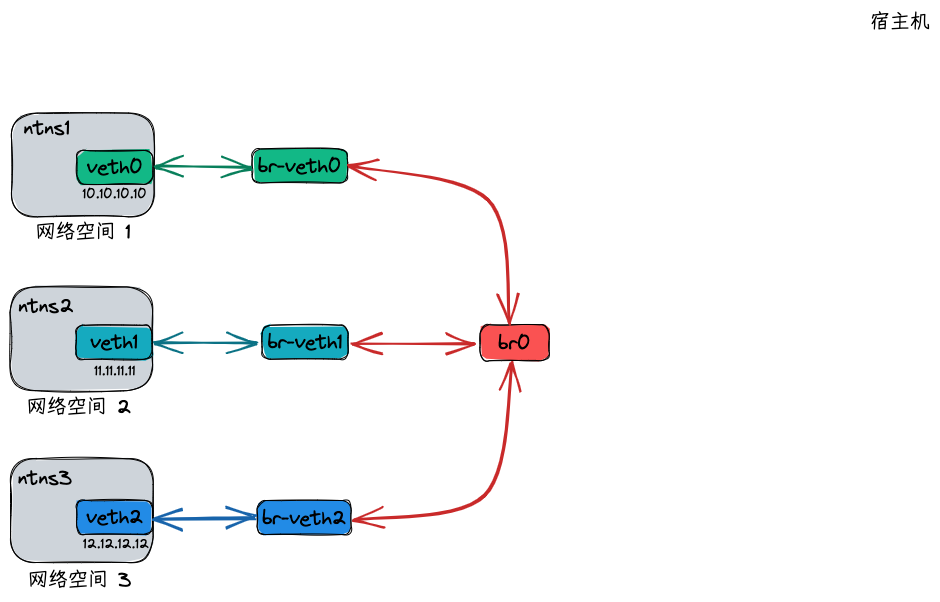
Above: static/excalidraw/docker/linux_bridge.excalidraw.png in iDukeLu/iDukeLu.github.io (Excalidraw), before the change. Source tidied: one line per element, renumbered; positions are measured from the earlier drawing's top-left corner, leaving out a move shared by most shapes. The source it was exported from:
```json
{"id": 0, "type": "rectangle", "strokeColor": "#000000", "backgroundColor": "#ced4da", "fillStyle": "solid", "strokeWidth": 1, "roughness": 1, "round": true, "x": 2, "y": 103, "width": 143, "height": 104}
{"id": 1, "type": "rectangle", "strokeColor": "#000000", "backgroundColor": "#12b886", "fillStyle": "solid", "strokeWidth": 1, "roughness": 1, "round": true, "x": 67, "y": 140, "width": 76, "height": 34}
{"id": 2, "type": "text", "text": "veth0", "strokeColor": "#000000", "strokeWidth": 1, "roughness": 1, "fontSize": 20, "fontFamily": 1, "textAlign": "center", "verticalAlign": "middle", "inside": 1, "x": 77, "y": 145, "width": 56, "height": 24}
{"id": 3, "type": "text", "text": "ntns1", "strokeColor": "#000000", "strokeWidth": 1, "roughness": 1, "fontSize": 20, "fontFamily": 1, "x": 14, "y": 106, "width": 46, "height": 24}
{"id": 4, "type": "text", "text": "网络空间 1", "strokeColor": "#000000", "strokeWidth": 1, "roughness": 1, "fontSize": 20, "fontFamily": 1, "x": 26, "y": 210, "width": 95, "height": 24}
{"id": 5, "type": "rectangle", "strokeColor": "#000000", "backgroundColor": "#ced4da", "fillStyle": "solid", "strokeWidth": 1, "roughness": 1, "round": true, "x": 1, "y": 449, "width": 143, "height": 104}
{"id": 6, "type": "rectangle", "strokeColor": "#000000", "backgroundColor": "#228be6", "fillStyle": "solid", "strokeWidth": 1, "roughness": 1, "round": true, "x": 67, "y": 490, "width": 76, "height": 34}
{"id": 7, "type": "text", "text": "veth2", "strokeColor": "#000000", "strokeWidth": 1, "roughness": 1, "fontSize": 20, "fontFamily": 1, "textAlign": "center", "verticalAlign": "middle", "inside": 6, "x": 76, "y": 495, "width": 57, "height": 24}
{"id": 8, "type": "text", "text": "ntns3", "strokeColor": "#000000", "strokeWidth": 1, "roughness": 1, "fontSize": 20, "fontFamily": 1, "x": 8, "y": 456, "width": 54, "height": 24}
{"id": 9, "type": "text", "text": "网络空间 3", "strokeColor": "#000000", "strokeWidth": 1, "roughness": 1, "fontSize": 20, "fontFamily": 1, "x": 18, "y": 558, "width": 104, "height": 24}
{"id": 10, "type": "text", "text": "宿主机", "strokeColor": "#000000", "strokeWidth": 1, "roughness": 1, "fontSize": 20, "fontFamily": 1, "x": 860, "y": 0, "width": 60, "height": 24}
{"id": 11, "type": "text", "text": "10.10.10.10", "strokeColor": "#000000", "strokeWidth": 1, "roughness": 1, "fontSize": 13.82, "fontFamily": 1, "x": 72, "y": 177, "width": 64, "height": 16}
{"id": 12, "type": "text", "text": "12.12.12.12", "strokeColor": "#000000", "strokeWidth": 1, "roughness": 1, "fontSize": 13.82, "fontFamily": 1, "x": 73, "y": 526, "width": 66, "height": 16}
{"id": 13, "type": "rectangle", "strokeColor": "#000000", "backgroundColor": "#fa5252", "fillStyle": "solid", "strokeWidth": 1, "roughness": 1, "round": true, "x": 470, "y": 315, "width": 69, "height": 36}
{"id": 14, "type": "text", "text": "br0", "strokeColor": "#000000", "strokeWidth": 1, "roughness": 1, "fontSize": 20, "fontFamily": 1, "textAlign": "center", "verticalAlign": "middle", "inside": 13, "x": 488, "y": 321, "width": 33, "height": 24}
{"id": 15, "type": "rectangle", "strokeColor": "#000000", "backgroundColor": "#12b886", "fillStyle": "solid", "strokeWidth": 1, "roughness": 1, "round": true, "x": 242, "y": 139, "width": 95, "height": 34}
{"id": 16, "type": "text", "text": "br-veth0", "strokeColor": "#000000", "strokeWidth": 1, "roughness": 1, "fontSize": 20, "fontFamily": 1, "textAlign": "center", "verticalAlign": "middle", "inside": 15, "x": 248, "y": 144, "width": 83, "height": 24}
{"id": 17, "type": "rectangle", "strokeColor": "#000000", "backgroundColor": "#228be6", "fillStyle": "solid", "strokeWidth": 1, "roughness": 1, "round": true, "x": 247, "y": 491, "width": 94, "height": 34}
{"id": 18, "type": "text", "text": "br-veth2", "strokeColor": "#000000", "strokeWidth": 1, "roughness": 1, "fontSize": 20, "fontFamily": 1, "textAlign": "center", "verticalAlign": "middle", "inside": 17, "x": 252, "y": 496, "width": 84, "height": 24}
{"id": 19, "type": "rectangle", "strokeColor": "#000000", "backgroundColor": "#ced4da", "fillStyle": "solid", "strokeWidth": 1, "roughness": 1, "round": true, "x": 0, "y": 277, "width": 143, "height": 104}
{"id": 20, "type": "rectangle", "strokeColor": "#000000", "backgroundColor": "#15aabf", "fillStyle": "solid", "strokeWidth": 1, "roughness": 1, "round": true, "x": 66, "y": 315, "width": 76, "height": 34}
{"id": 21, "type": "text", "text": "veth1", "strokeColor": "#000000", "strokeWidth": 1, "roughness": 1, "fontSize": 20, "fontFamily": 1, "textAlign": "center", "verticalAlign": "middle", "inside": 20, "x": 80, "y": 320, "width": 48, "height": 24}
{"id": 22, "type": "text", "text": "ntns2", "strokeColor": "#000000", "strokeWidth": 1, "roughness": 1, "fontSize": 20, "fontFamily": 1, "x": 8, "y": 284, "width": 55, "height": 24}
{"id": 23, "type": "text", "text": "网络空间 2", "strokeColor": "#000000", "strokeWidth": 1, "roughness": 1, "fontSize": 20, "fontFamily": 1, "x": 17, "y": 385, "width": 104, "height": 24}
{"id": 24, "type": "text", "text": "11.11.11.11", "strokeColor": "#000000", "strokeWidth": 1, "roughness": 1, "fontSize": 13.82, "fontFamily": 1, "x": 84, "y": 354, "width": 41, "height": 16}
{"id": 25, "type": "rectangle", "strokeColor": "#000000", "backgroundColor": "#15aabf", "fillStyle": "solid", "strokeWidth": 1, "roughness": 1, "round": true, "x": 252, "y": 315, "width": 86, "height": 34}
{"id": 26, "type": "text", "text": "br-veth1", "strokeColor": "#000000", "strokeWidth": 1, "roughness": 1, "fontSize": 20, "fontFamily": 1, "textAlign": "center", "verticalAlign": "middle", "inside": 25, "x": 258, "y": 320, "width": 75, "height": 24}
{"id": 27, "type": "arrow", "strokeColor": "#087f5b", "backgroundColor": "#228be6", "fillStyle": "solid", "strokeWidth": 2, "roughness": 1, "startArrowhead": "arrow", "endArrowhead": "arrow", "round": true, "from": 1, "to": 15, "x": 145, "y": 157, "width": 96, "height": 1, "points": [[0, 0], [96, 1]]}
{"id": 28, "type": "arrow", "strokeColor": "#0b7285", "backgroundColor": "#228be6", "fillStyle": "solid", "strokeWidth": 2, "roughness": 1, "startArrowhead": "arrow", "endArrowhead": "arrow", "round": true, "from": 20, "to": 25, "x": 146, "y": 334, "width": 102, "height": 0, "points": [[0, 0], [102, 0]]}
{"id": 29, "type": "arrow", "strokeColor": "#1864ab", "backgroundColor": "#228be6", "fillStyle": "solid", "strokeWidth": 2, "roughness": 1, "startArrowhead": "arrow", "endArrowhead": "arrow", "round": true, "from": 6, "to": 17, "x": 144, "y": 510, "width": 102, "height": 1, "points": [[0, 0], [102, -1]]}
{"id": 30, "type": "arrow", "strokeColor": "#c92a2a", "backgroundColor": "#228be6", "fillStyle": "solid", "strokeWidth": 2, "roughness": 1, "startArrowhead": "arrow", "endArrowhead": "arrow", "round": true, "from": 15, "to": 13, "x": 339, "y": 156, "width": 161, "height": 158, "points": [[0, 0], [139, 33], [161, 158]]}
{"id": 31, "type": "arrow", "strokeColor": "#c92a2a", "backgroundColor": "#228be6", "fillStyle": "solid", "strokeWidth": 2, "roughness": 1, "startArrowhead": "arrow", "endArrowhead": "arrow", "round": true, "from": 25, "to": 13, "x": 342, "y": 333, "width": 123, "height": 0, "points": [[0, 0], [123, 0]]}
{"id": 32, "type": "arrow", "strokeColor": "#c92a2a", "backgroundColor": "#228be6", "fillStyle": "solid", "strokeWidth": 2, "roughness": 1, "startArrowhead": "arrow", "endArrowhead": "arrow", "round": true, "from": 17, "to": 13, "x": 343, "y": 510, "width": 159, "height": 155, "points": [[0, 0], [132, -24], [159, -155]]}
```
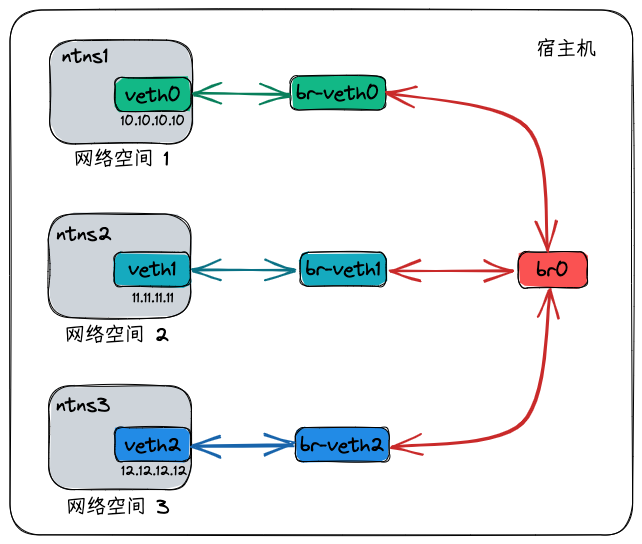
The same file after the commit.

What changed in the source:
```diff
@@ -8,7 +8,7 @@
 {"id": 7, "type": "text", "text": "veth2", "strokeColor": "#000000", "strokeWidth": 1, "roughness": 1, "fontSize": 20, "fontFamily": 1, "textAlign": "center", "verticalAlign": "middle", "inside": 6, "x": 76, "y": 495, "width": 57, "height": 24}
 {"id": 8, "type": "text", "text": "ntns3", "strokeColor": "#000000", "strokeWidth": 1, "roughness": 1, "fontSize": 20, "fontFamily": 1, "x": 8, "y": 456, "width": 54, "height": 24}
 {"id": 9, "type": "text", "text": "网络空间 3", "strokeColor": "#000000", "strokeWidth": 1, "roughness": 1, "fontSize": 20, "fontFamily": 1, "x": 18, "y": 558, "width": 104, "height": 24}
-{"id": 10, "type": "text", "text": "宿主机", "strokeColor": "#000000", "strokeWidth": 1, "roughness": 1, "fontSize": 20, "fontFamily": 1, "x": 860, "y": 0, "width": 60, "height": 24}
+{"id": 10, "type": "text", "text": "宿主机", "strokeColor": "#000000", "strokeWidth": 1, "roughness": 1, "fontSize": 20, "fontFamily": 1, "x": 488, "y": 100, "width": 60, "height": 24}
 {"id": 11, "type": "text", "text": "10.10.10.10", "strokeColor": "#000000", "strokeWidth": 1, "roughness": 1, "fontSize": 13.82, "fontFamily": 1, "x": 72, "y": 177, "width": 64, "height": 16}
 {"id": 12, "type": "text", "text": "12.12.12.12", "strokeColor": "#000000", "strokeWidth": 1, "roughness": 1, "fontSize": 13.82, "fontFamily": 1, "x": 73, "y": 526, "width": 66, "height": 16}
 {"id": 13, "type": "rectangle", "strokeColor": "#000000", "backgroundColor": "#fa5252", "fillStyle": "solid", "strokeWidth": 1, "roughness": 1, "round": true, "x": 470, "y": 315, "width": 69, "height": 36}
@@ -31,3 +31,4 @@
 {"id": 30, "type": "arrow", "strokeColor": "#c92a2a", "backgroundColor": "#228be6", "fillStyle": "solid", "strokeWidth": 2, "roughness": 1, "startArrowhead": "arrow", "endArrowhead": "arrow", "round": true, "from": 15, "to": 13, "x": 339, "y": 156, "width": 161, "height": 158, "points": [[0, 0], [139, 33], [161, 158]]}
 {"id": 31, "type": "arrow", "strokeColor": "#c92a2a", "backgroundColor": "#228be6", "fillStyle": "solid", "strokeWidth": 2, "roughness": 1, "startArrowhead": "arrow", "endArrowhead": "arrow", "round": true, "from": 25, "to": 13, "x": 342, "y": 333, "width": 123, "height": 0, "points": [[0, 0], [123, 0]]}
 {"id": 32, "type": "arrow", "strokeColor": "#c92a2a", "backgroundColor": "#228be6", "fillStyle": "solid", "strokeWidth": 2, "roughness": 1, "startArrowhead": "arrow", "endArrowhead": "arrow", "round": true, "from": 17, "to": 13, "x": 343, "y": 510, "width": 159, "height": 155, "points": [[0, 0], [132, -24], [159, -155]]}
+{"id": 33, "type": "rectangle", "strokeColor": "#000000", "strokeWidth": 1, "roughness": 1, "round": true, "x": -38, "y": 73, "width": 623, "height": 525}
```
